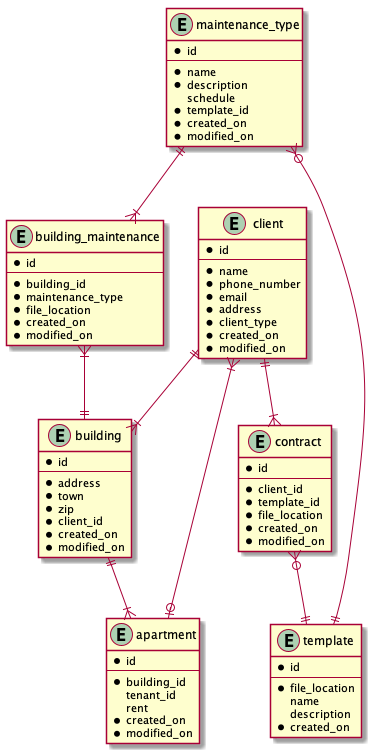
This is docs/entity/entities.png from mitchjdunn/propertyManagement2.0, a PlantUML export, as it was before one commit.
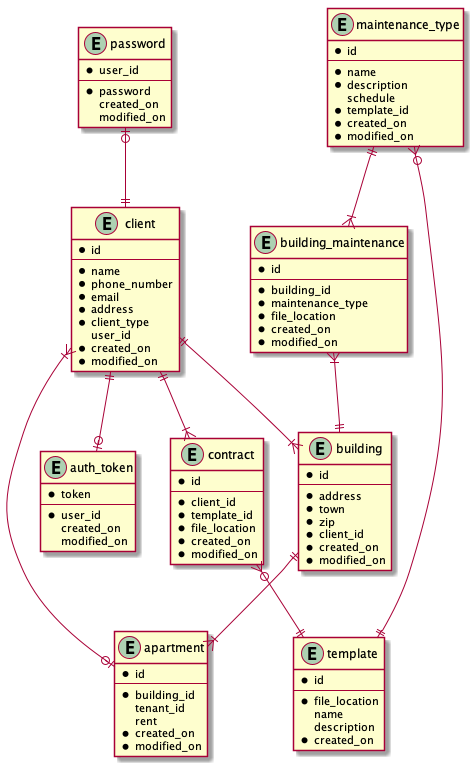
The same diagram one commit later.

What changed in the source:
```diff
@@ -20,6 +20,7 @@
     * email
     * address
     * client_type
+    user_id
     * created_on
     * modified_on
 }
@@ -74,13 +75,31 @@
     * created_on
 }
 
+entity password{
+    *user_id
+    --
+    *password
+    created_on
+    modified_on
+}
+
+entity auth_token {
+    *token
+    --
+    *user_id
+    created_on
+    modified_on
+}
+
 client ||--|{ building
-building||--|{apartment
-client}|--o|apartment
-client||--|{contract
-maintenance_type||--|{building_maintenance
-building_maintenance}|--||building
-maintenance_type}o--||template
-contract}o--||template
+building ||--|{ apartment
+client }|--o| apartment
+client ||--|{ contract
+maintenance_type ||--|{ building_maintenance
+building_maintenance }|--|| building
+maintenance_type }o--|| template
+contract }o--|| template
+password |o--|| client
+client ||--o| auth_token
 
 @enduml
```
